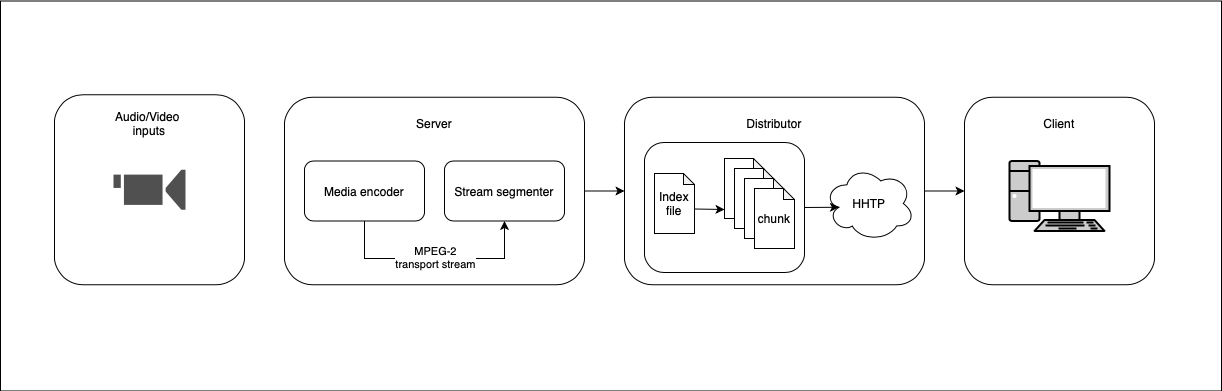
Above: en/book/protocols/img/HLS-architecture.png in cesbo/help (draw.io), before the change. Source tidied: cells renumbered, new cells last; positions are measured from the earlier drawing's top-left corner, leaving out a move shared by most shapes.
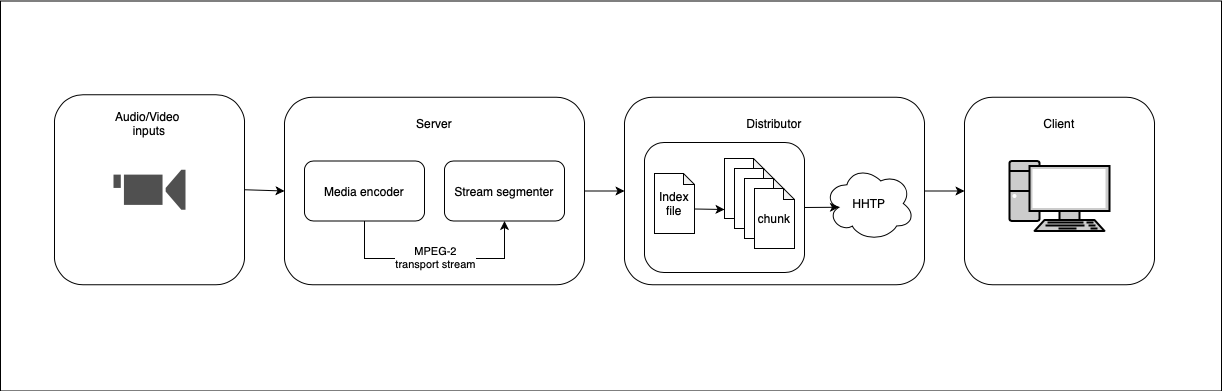
After the change.

The edit, as a diff of the source:
```diff
@@ -87,5 +87,8 @@
     <mxCell id="27" style="fontColor=#0066CC;verticalAlign=top;verticalLabelPosition=bottom;labelPosition=center;align=center;html=1;fillColor=#CCCCCC;strokeColor=#000000;gradientColor=none;gradientDirection=north;strokeWidth=2;shape=mxgraph.networks.pc;" parent="1" vertex="1">
       <mxGeometry x="1009" y="160.5" width="100" height="70" as="geometry" />
     </mxCell>
+    <mxCell id="28" style="endArrow=classic;html=1;rounded=0;exitX=1;exitY=0.5;exitDx=0;exitDy=0;entryX=0;entryY=0.5;entryDx=0;entryDy=0;" parent="1" edge="1" source="23" target="3">
+      <mxGeometry relative="1" as="geometry" />
+    </mxCell>
   </root>
 </mxGraphModel>
```
